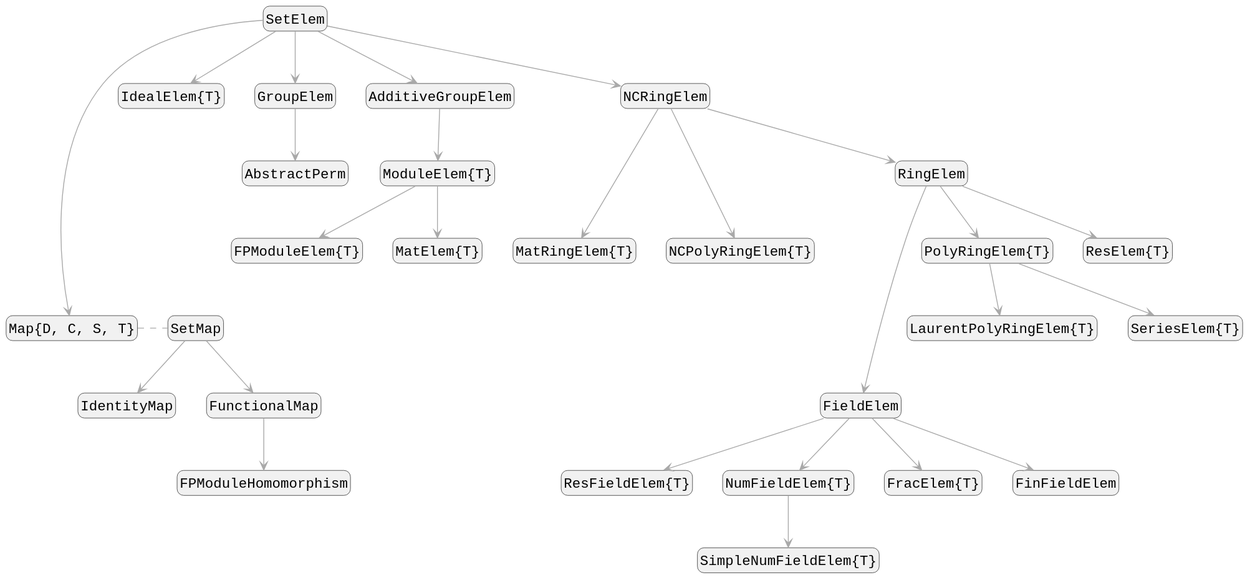
Before: docs/src/assets/elements_diagram.svg, a diagram exported from PlantUML (Nemocas/AbstractAlgebra.jl).
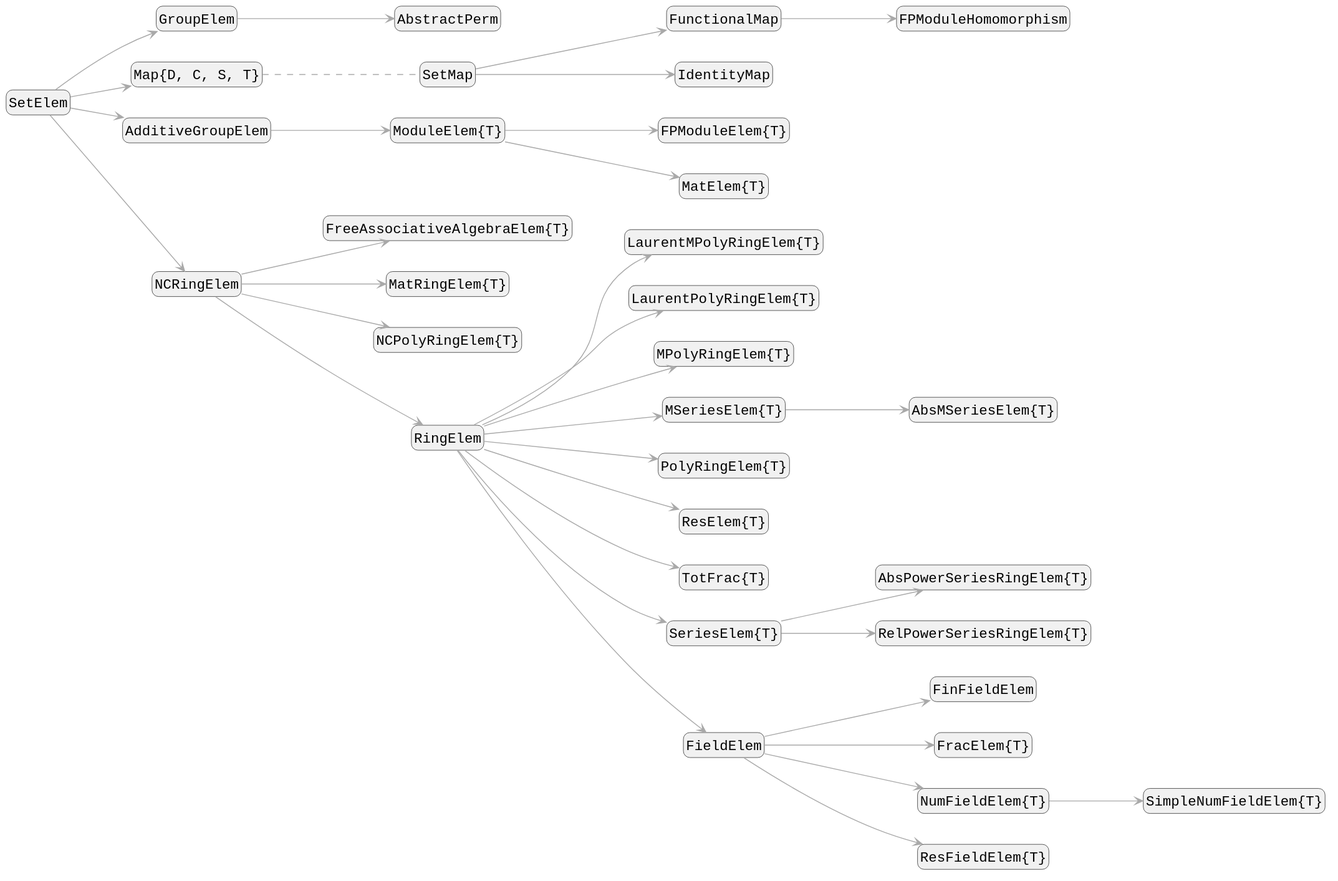
After the change.

Commit message:
Derive the type diagrams from the loaded package

The edit, as a diff of the source:
```diff
@@ -4,41 +4,43 @@
 skinparam defaultFontSize 16
 skinparam objectArrowColor DarkGray
 skinparam RoundCorner 15
+left to right direction
 
+"SetElem" --> "GroupElem"
+"GroupElem" --> "AbstractPerm"
+"SetElem" --> "Map{D, C, S, T}"
+"SetElem" --> "AdditiveGroupElem"
+"AdditiveGroupElem" --> "ModuleElem{T}"
+"ModuleElem{T}" --> "FPModuleElem{T}"
+"ModuleElem{T}" --> "MatElem{T}"
+"SetElem" --> "NCRingElem"
+"NCRingElem" --> "FreeAssociativeAlgebraElem{T}"
+"NCRingElem" --> "MatRingElem{T}"
+"NCRingElem" --> "NCPolyRingElem{T}"
+"NCRingElem" --> "RingElem"
+"RingElem" --> "LaurentMPolyRingElem{T}"
+"RingElem" --> "LaurentPolyRingElem{T}"
+"RingElem" --> "MPolyRingElem{T}"
+"RingElem" --> "MSeriesElem{T}"
+"MSeriesElem{T}" --> "AbsMSeriesElem{T}"
+"RingElem" --> "PolyRingElem{T}"
+"RingElem" --> "ResElem{T}"
+"RingElem" --> "TotFrac{T}"
+"RingElem" --> "SeriesElem{T}"
+"SeriesElem{T}" --> "AbsPowerSeriesRingElem{T}"
+"SeriesElem{T}" --> "RelPowerSeriesRingElem{T}"
+"RingElem" --> "FieldElem"
+"FieldElem" --> "FinFieldElem"
+"FieldElem" --> "FracElem{T}"
+"FieldElem" --> "NumFieldElem{T}"
+"NumFieldElem{T}" --> "SimpleNumFieldElem{T}"
+"FieldElem" --> "ResFieldElem{T}"
 
-"SetElem" -down-> "IdealElem{T}"
+"SetMap" --> "FunctionalMap"
+"FunctionalMap" --> "FPModuleHomomorphism"
+"SetMap" --> "IdentityMap"
 
-"SetElem" -down----> "Map{D, C, S, T}"
-"Map{D, C, S, T}" .right. "SetMap"
-"SetMap" -down-> "IdentityMap"
-"SetMap" -down-> "FunctionalMap"
-"FunctionalMap" -down-> "FPModuleHomomorphism"
-
-"SetElem" -down-> "GroupElem"
-"GroupElem" -down-> "AbstractPerm"
-
-"SetElem" -down-> "AdditiveGroupElem"
-"AdditiveGroupElem" -down-> "ModuleElem{T}"
-"ModuleElem{T}" -down-> "FPModuleElem{T}"
-"ModuleElem{T}" -down-> "MatElem{T}"
-
-"SetElem" -down-> "NCRingElem"
-"NCRingElem" -down--> "MatRingElem{T}"
-"NCRingElem" -down--> "NCPolyRingElem{T}"
-"NCRingElem" -down-> "RingElem"
-
-"RingElem" -down-> "PolyRingElem{T}"
-"PolyRingElem{T}" -down-> "SeriesElem{T}"
-"PolyRingElem{T}" -down-> "LaurentPolyRingElem{T}"
-"RingElem" -down-> "ResElem{T}"
-"RingElem" -down---> "FieldElem"
-
-"FieldElem" -down-> "FinFieldElem"
-"FieldElem" -down-> "ResFieldElem{T}"
-"FieldElem" -down-> "NumFieldElem{T}"
-"NumFieldElem{T}" -down-> "SimpleNumFieldElem{T}"
-"FieldElem" -down-> "FracElem{T}"
-
+"Map{D, C, S, T}" .. "SetMap"
 hide members
 hide circle
 @enduml
```
